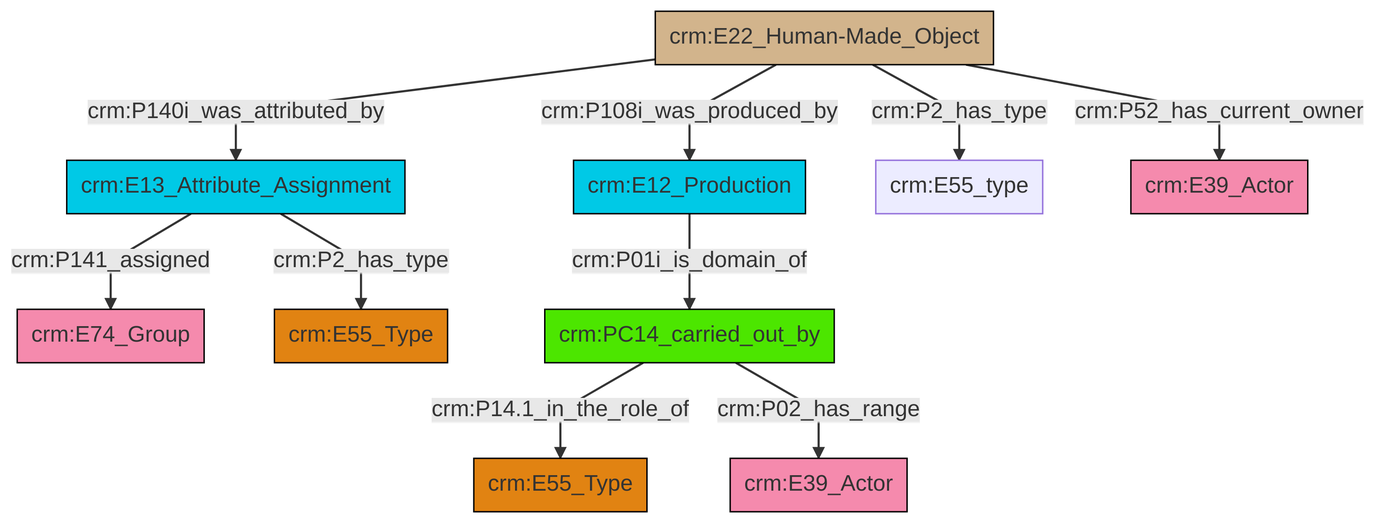
Earlier version of the Mermaid export et/builtWorkCSV/ttl/mmd/png/Built_Work_actor_relations.png (swiss-art-research-net/docs.swissartresearch). Its source is kept beside it as et/builtWorkCSV/ttl/mmd/Built_Work_actor_relations.ttl.mmd.
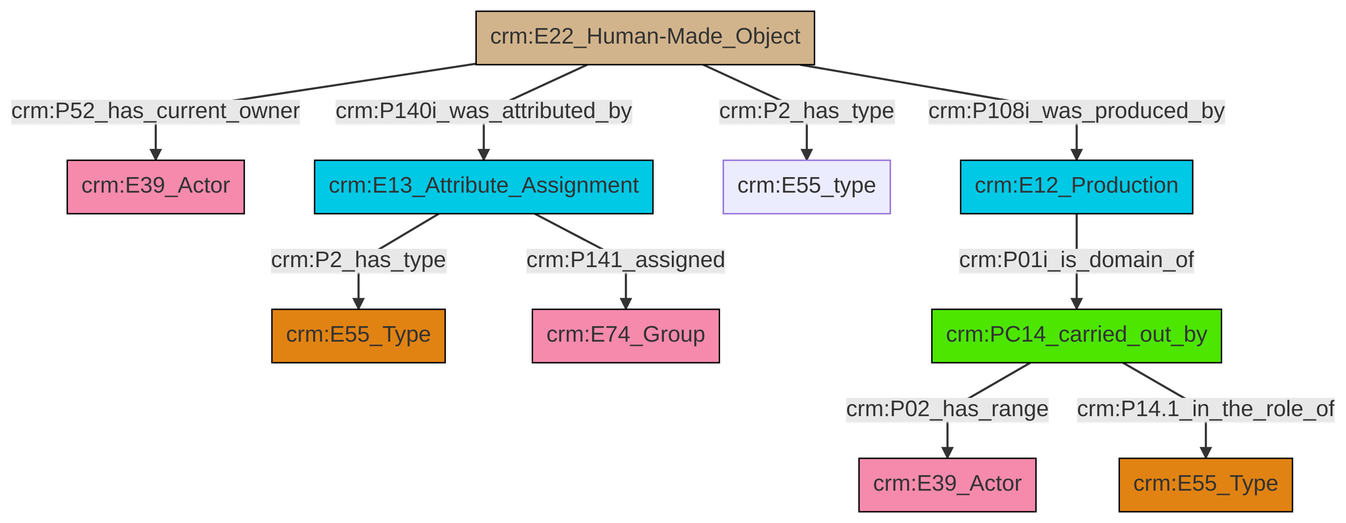
After the commit.

What changed in the source:
```diff
@@ -13,12 +13,12 @@
 classDef PC_Classes fill:#4ce600, stroke:#000000;
 classDef Multi fill:#cccccc,stroke:#000000;
 
-0["crm:E13_Attribute_Assignment"]:::Temporal_Entity -->|crm:P141_assigned| 1["crm:E74_Group"]:::Actor
-2["crm:E22_Human-Made_Object"]:::Physical_Thing -->|crm:P140i_was_attributed_by| 0["crm:E13_Attribute_Assignment"]:::Temporal_Entity
-2["crm:E22_Human-Made_Object"]:::Physical_Thing -->|crm:P108i_was_produced_by| 6["crm:E12_Production"]:::Temporal_Entity
-2["crm:E22_Human-Made_Object"]:::Physical_Thing -->|crm:P2_has_type| 9["crm:E55_type"]:::Default
-0["crm:E13_Attribute_Assignment"]:::Temporal_Entity -->|crm:P2_has_type| 4["crm:E55_Type"]:::Type
-2["crm:E22_Human-Made_Object"]:::Physical_Thing -->|crm:P52_has_current_owner| 11["crm:E39_Actor"]:::Actor
-6["crm:E12_Production"]:::Temporal_Entity -->|crm:P01i_is_domain_of| 17["crm:PC14_carried_out_by"]:::PC_Classes
-17["crm:PC14_carried_out_by"]:::PC_Classes -->|crm:P14.1_in_the_role_of| 18["crm:E55_Type"]:::Type
-17["crm:PC14_carried_out_by"]:::PC_Classes -->|crm:P02_has_range| 14["crm:E39_Actor"]:::Actor
+0["crm:E22_Human-Made_Object"]:::Physical_Thing -->|crm:P52_has_current_owner| 1["crm:E39_Actor"]:::Actor
+0["crm:E22_Human-Made_Object"]:::Physical_Thing -->|crm:P140i_was_attributed_by| 5["crm:E13_Attribute_Assignment"]:::Temporal_Entity
+7["crm:PC14_carried_out_by"]:::PC_Classes -->|crm:P02_has_range| 8["crm:E39_Actor"]:::Actor
+10["crm:E12_Production"]:::Temporal_Entity -->|crm:P01i_is_domain_of| 7["crm:PC14_carried_out_by"]:::PC_Classes
+5["crm:E13_Attribute_Assignment"]:::Temporal_Entity -->|crm:P2_has_type| 3["crm:E55_Type"]:::Type
+0["crm:E22_Human-Made_Object"]:::Physical_Thing -->|crm:P2_has_type| 13["crm:E55_type"]:::Default
+0["crm:E22_Human-Made_Object"]:::Physical_Thing -->|crm:P108i_was_produced_by| 10["crm:E12_Production"]:::Temporal_Entity
+5["crm:E13_Attribute_Assignment"]:::Temporal_Entity -->|crm:P141_assigned| 17["crm:E74_Group"]:::Actor
+7["crm:PC14_carried_out_by"]:::PC_Classes -->|crm:P14.1_in_the_role_of| 11["crm:E55_Type"]:::Type
```
